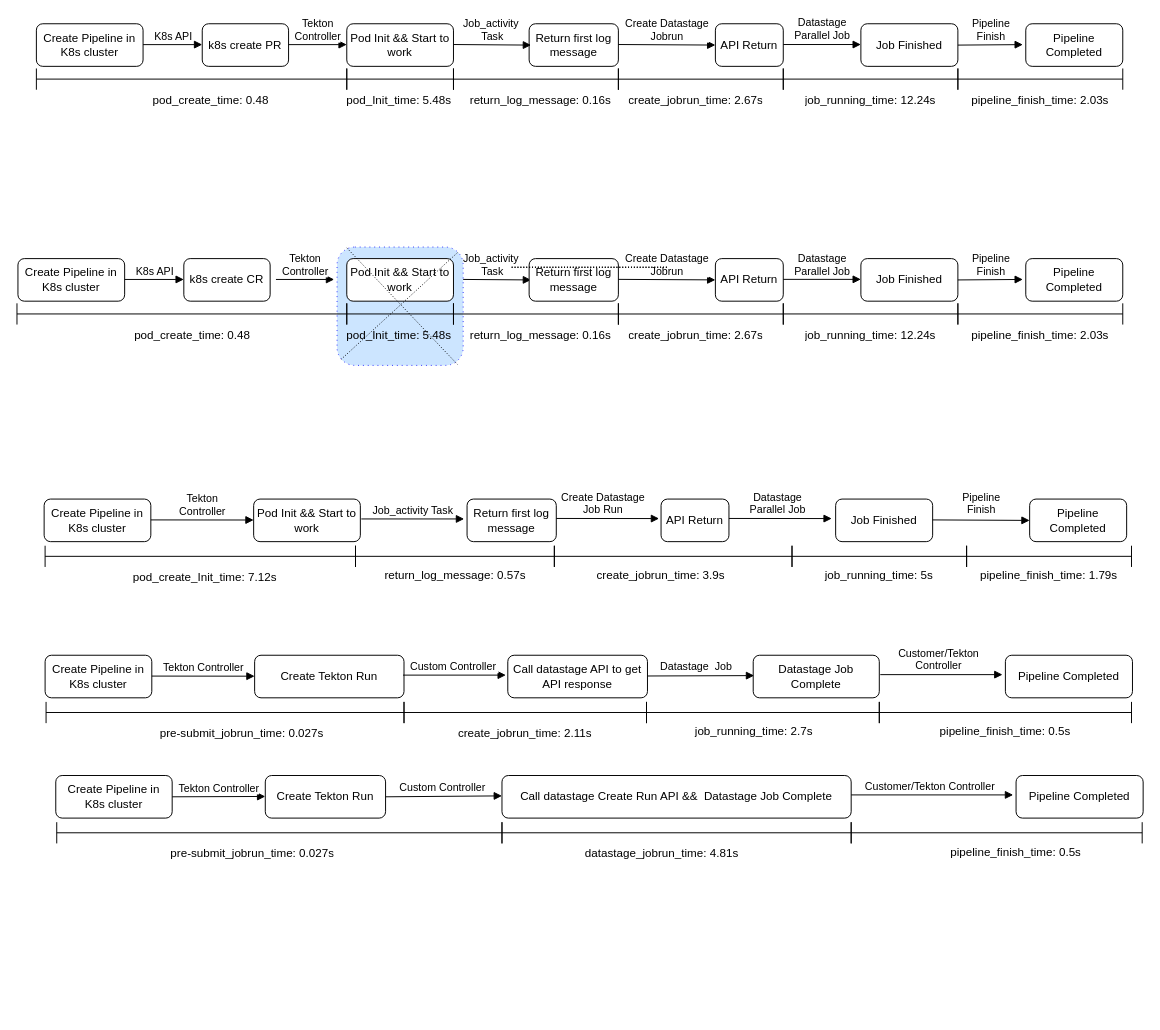
The draw.io diagram Untitled Diagram.drawio in mengjieli0726/testing, before the edit. Source tidied: cells renumbered, new cells numbered last; positions are measured from the earlier drawing's top-left corner, leaving out a move shared by most shapes. Both pictures are drawn from the tidied source at 97%, with x=0, y=0 at pixel (16, 23).
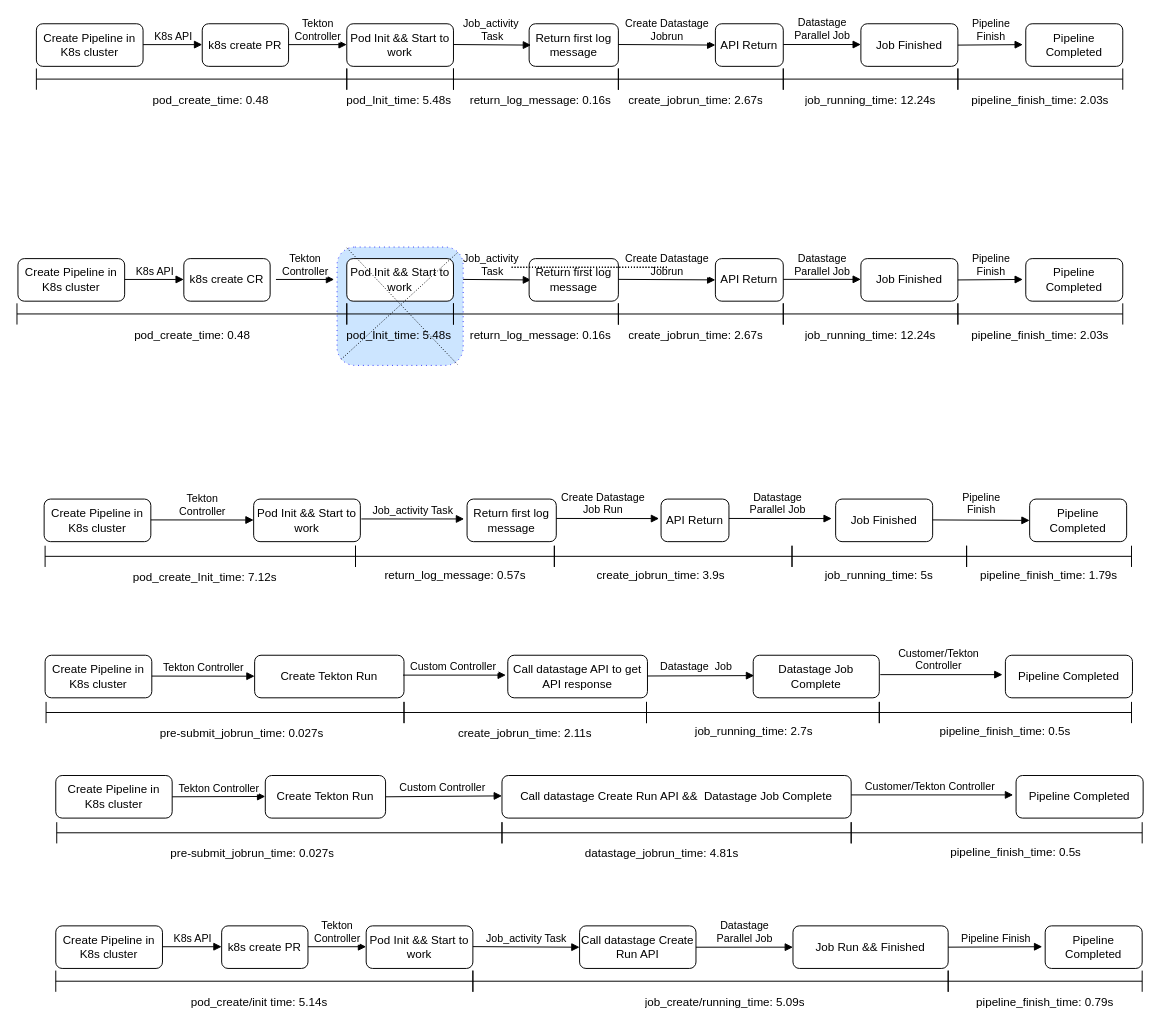
After the change.

Diff of the diagram source:
```diff
@@
+    <mxCell id="116" style="group;" parent="1" vertex="1">
+      <mxGeometry x="40" y="930" width="1120" height="90" as="geometry" />
+    </mxCell>
+    <mxCell id="117" value="Create Pipeline in K8s cluster" style="rounded=1;whiteSpace=wrap;html=1;" parent="116" vertex="1">
+      <mxGeometry width="110" height="43.9" as="geometry" />
+    </mxCell>
+    <mxCell id="118" value="Call datastage Create Run API" style="rounded=1;whiteSpace=wrap;html=1;" parent="116" vertex="1">
+      <mxGeometry x="540" width="120" height="43.9" as="geometry" />
+    </mxCell>
+    <mxCell id="119" value="Pod Init &amp;amp;&amp;amp; Start to work" style="rounded=1;whiteSpace=wrap;html=1;" parent="116" vertex="1">
+      <mxGeometry x="320" width="110" height="43.9" as="geometry" />
+    </mxCell>
+    <mxCell id="120" value="k8s create PR" style="rounded=1;whiteSpace=wrap;html=1;" parent="116" vertex="1">
+      <mxGeometry x="171" width="89" height="43.9" as="geometry" />
+    </mxCell>
+    <mxCell id="121" value="Job Run &amp;amp;&amp;amp; Finished" style="rounded=1;whiteSpace=wrap;html=1;" parent="116" vertex="1">
+      <mxGeometry x="760" width="160" height="43.9" as="geometry" />
+    </mxCell>
+    <mxCell id="122" value="K8s API" style="html=1;verticalAlign=bottom;endArrow=block;" parent="116" edge="1">
+      <mxGeometry y="0.6" as="geometry">
+        <mxPoint x="110" y="21.5" as="sourcePoint" />
+        <mxPoint x="171" y="21.5" as="targetPoint" />
+      </mxGeometry>
+    </mxCell>
+    <mxCell id="123" value="&lt;div&gt;Tekton &lt;br&gt;&lt;/div&gt;&lt;div&gt;Controller&lt;/div&gt;" style="html=1;verticalAlign=bottom;endArrow=block;" parent="116" edge="1">
+      <mxGeometry y="-0.5" as="geometry">
+        <mxPoint x="260" y="21.5" as="sourcePoint" />
+        <mxPoint x="320" y="21.5" as="targetPoint" />
+      </mxGeometry>
+    </mxCell>
+    <mxCell id="124" value="&lt;div&gt;Datastage &lt;br&gt;&lt;/div&gt;&lt;div&gt;Parallel Job&lt;br&gt;&lt;/div&gt;" style="html=1;verticalAlign=bottom;endArrow=block;entryX=0;entryY=0.5;entryDx=0;entryDy=0;" parent="116" edge="1" target="121">
+      <mxGeometry x="-100" y="0.1" as="geometry">
+        <mxPoint x="660" y="22" as="sourcePoint" />
+      </mxGeometry>
+    </mxCell>
+    <mxCell id="125" value="&lt;div&gt;Job_activity Task&lt;/div&gt;" style="html=1;verticalAlign=bottom;endArrow=block;" parent="116" edge="1">
+      <mxGeometry x="30" as="geometry">
+        <mxPoint x="430" y="21.4" as="sourcePoint" />
+        <mxPoint x="540" y="22" as="targetPoint" />
+      </mxGeometry>
+    </mxCell>
+    <mxCell id="126" value="Pipeline Completed" style="rounded=1;whiteSpace=wrap;html=1;" parent="116" vertex="1">
+      <mxGeometry x="1020" width="100" height="43.9" as="geometry" />
+    </mxCell>
+    <mxCell id="127" style="shape=crossbar;whiteSpace=wrap;html=1;rounded=1;" parent="116" vertex="1">
+      <mxGeometry x="920" y="46.1" width="200" height="21.9" as="geometry" />
+    </mxCell>
+    <mxCell id="128" value="&lt;div&gt;Pipeline Finish&lt;/div&gt;" style="html=1;verticalAlign=bottom;endArrow=block;exitX=1;exitY=0.5;exitDx=0;exitDy=0;" parent="116" edge="1" source="121">
+      <mxGeometry x="-80" as="geometry">
+        <mxPoint x="1017" y="21.5" as="targetPoint" />
+      </mxGeometry>
+    </mxCell>
+    <mxCell id="129" value="pipeline_finish_time: 0.79s" style="text;html=1;strokeColor=none;fillColor=none;align=center;verticalAlign=middle;whiteSpace=wrap;overflow=hidden;" parent="116" vertex="1">
+      <mxGeometry x="935" y="68.1" width="170" height="21.9" as="geometry" />
+    </mxCell>
+    <mxCell id="130" value="job_create/running_time: 5.09s" style="text;html=1;strokeColor=none;fillColor=none;align=center;verticalAlign=middle;whiteSpace=wrap;overflow=hidden;" parent="116" vertex="1">
+      <mxGeometry x="560" y="68" width="260" height="21.9" as="geometry" />
+    </mxCell>
+    <mxCell id="131" style="shape=crossbar;whiteSpace=wrap;html=1;rounded=1;" parent="116" vertex="1">
+      <mxGeometry y="46.1" width="430" height="21.9" as="geometry" />
+    </mxCell>
+    <mxCell id="132" style="shape=crossbar;whiteSpace=wrap;html=1;rounded=1;" parent="116" vertex="1">
+      <mxGeometry x="430" y="46.1" width="490" height="21.9" as="geometry" />
+    </mxCell>
+    <mxCell id="133" value="pod_create/init time: 5.14s" style="text;html=1;strokeColor=none;fillColor=none;align=center;verticalAlign=middle;whiteSpace=wrap;overflow=hidden;" parent="116" vertex="1">
+      <mxGeometry x="130" y="68" width="160" height="22" as="geometry" />
+    </mxCell>
```
